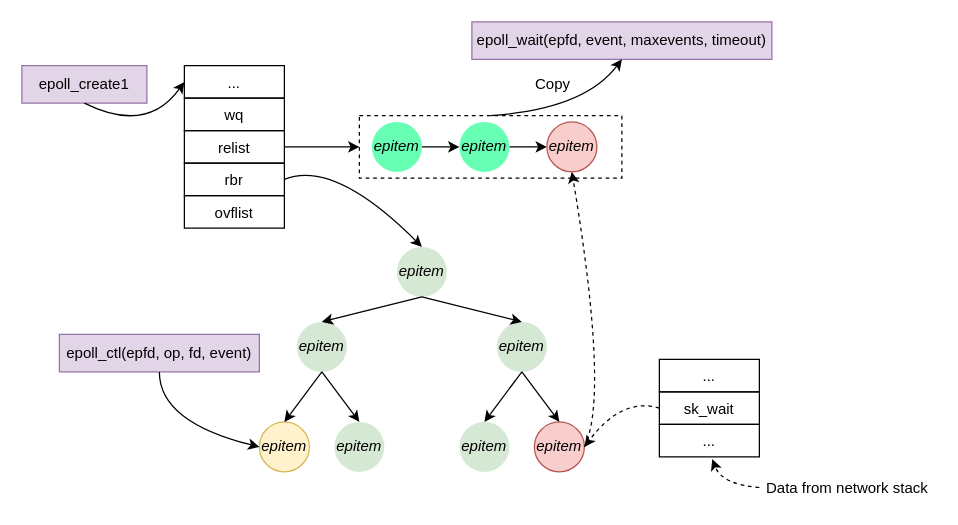
lutianen/lutianen.github.io keeps this draw.io diagram as page "Epoll-Linux" (8 of 8) of temp.drawio. Above is the earlier version. Source tidied: cells renumbered, new cells numbered last; positions are measured from the earlier drawing's top-left corner, leaving out a move shared by most shapes. Both pictures are drawn from the tidied source at 125%, with x=0, y=0 at pixel (21, 21).
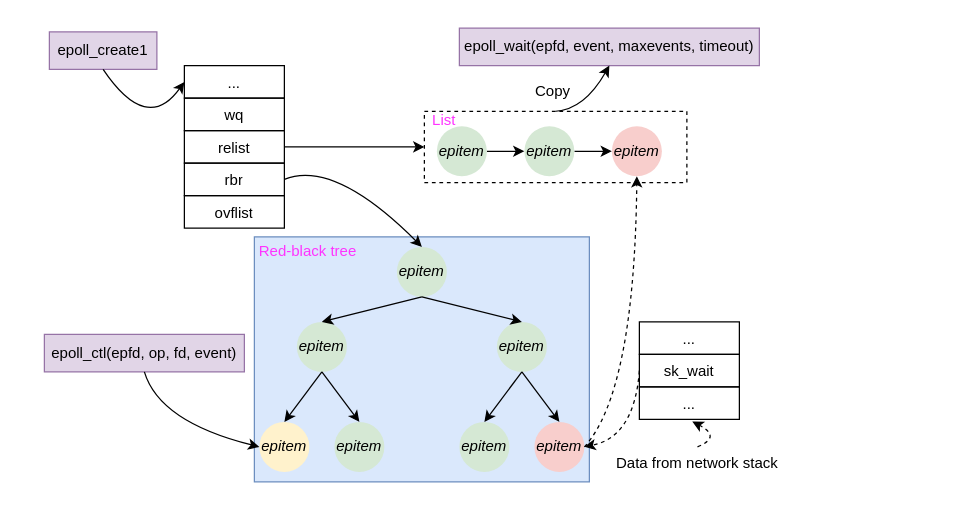
The same page after the edit.

The change refers to these unchanged cells:
```xml
<mxCell id="38" value="sk_wait" style="text;strokeColor=default;fillColor=none;align=center;verticalAlign=top;spacingLeft=4;spacingRight=4;overflow=hidden;points=[[0,0.5],[1,0.5]];portConstraint=eastwest;whiteSpace=wrap;html=1;" parent="36" vertex="1">
  <mxGeometry y="26" width="80" height="26" as="geometry" />
</mxCell>
<mxCell id="39" value="..." style="text;strokeColor=default;fillColor=none;align=center;verticalAlign=top;spacingLeft=4;spacingRight=4;overflow=hidden;points=[[0,0.5],[1,0.5]];portConstraint=eastwest;whiteSpace=wrap;html=1;" parent="36" vertex="1">
  <mxGeometry y="52" width="80" height="26" as="geometry" />
</mxCell>
```

The edit, as a diff of the source:
```diff
@@
+    <mxCell id="45" style="rounded=0;whiteSpace=wrap;html=1;fillColor=#dae8fc;strokeColor=#6c8ebf;" parent="1" vertex="1">
+      <mxGeometry x="186" y="172" width="268" height="196" as="geometry" />
+    </mxCell>
@@
-    <mxCell id="5" value="epitem" style="ellipse;whiteSpace=wrap;html=1;fontStyle=2;fillColor=#fff2cc;strokeColor=#d6b656;" parent="1" vertex="1">
+    <mxCell id="5" value="epitem" style="ellipse;whiteSpace=wrap;html=1;fontStyle=2;fillColor=#fff2cc;strokeColor=none;" parent="1" vertex="1">
       <mxGeometry x="190" y="320" width="40" height="40" as="geometry" />
     </mxCell>
-    <mxCell id="6" value="epitem" style="ellipse;whiteSpace=wrap;html=1;fontStyle=2;fillColor=#f8cecc;strokeColor=#b85450;" parent="1" vertex="1">
+    <mxCell id="6" value="epitem" style="ellipse;whiteSpace=wrap;html=1;fontStyle=2;fillColor=#f8cecc;strokeColor=none;" parent="1" vertex="1">
       <mxGeometry x="410" y="320" width="40" height="40" as="geometry" />
     </mxCell>
@@
     <mxCell id="15" value="epoll_ctl(epfd, op, fd, event)" style="rounded=0;whiteSpace=wrap;html=1;fillColor=#e1d5e7;strokeColor=#9673a6;" parent="1" vertex="1">
-      <mxGeometry x="30" y="250" width="160" height="30" as="geometry" />
+      <mxGeometry x="18" y="250" width="160" height="30" as="geometry" />
     </mxCell>
     <mxCell id="16" value="epoll_wait(epfd, event, maxevents, timeout)" style="rounded=0;whiteSpace=wrap;html=1;fillColor=#e1d5e7;strokeColor=#9673a6;" parent="1" vertex="1">
-      <mxGeometry x="360" width="240" height="30" as="geometry" />
+      <mxGeometry x="350" y="5" width="240" height="30" as="geometry" />
     </mxCell>
     <mxCell id="17" value="epoll_create1" style="rounded=0;whiteSpace=wrap;html=1;fillColor=#e1d5e7;strokeColor=#9673a6;" parent="1" vertex="1">
-      <mxGeometry y="35" width="100" height="30" as="geometry" />
+      <mxGeometry x="22" y="8" width="86" height="30" as="geometry" />
     </mxCell>
@@
-    <mxCell id="26" style="group;" parent="1" vertex="1">
-      <mxGeometry x="270" y="75" width="210" height="50" as="geometry" />
-    </mxCell>
-    <mxCell id="27" style="rounded=0;whiteSpace=wrap;html=1;dashed=1;fillColor=none;" parent="26" vertex="1">
-      <mxGeometry width="210" height="50" as="geometry" />
-    </mxCell>
-    <mxCell id="28" style="edgeStyle=orthogonalEdgeStyle;rounded=0;jettySize=auto;html=1;entryX=0;entryY=0.5;entryDx=0;entryDy=0;" parent="26" edge="1" source="29" target="31">
-      <mxGeometry relative="1" as="geometry" />
-    </mxCell>
-    <mxCell id="29" value="epitem" style="ellipse;whiteSpace=wrap;html=1;fontStyle=2;fillColor=#66FFB3;strokeColor=none;" parent="26" vertex="1">
-      <mxGeometry x="10" y="5" width="40" height="40" as="geometry" />
-    </mxCell>
-    <mxCell id="30" style="edgeStyle=orthogonalEdgeStyle;rounded=0;jettySize=auto;html=1;" parent="26" edge="1" source="31" target="32">
-      <mxGeometry relative="1" as="geometry" />
-    </mxCell>
-    <mxCell id="31" value="epitem" style="ellipse;whiteSpace=wrap;html=1;fontStyle=2;fillColor=#66FFB3;strokeColor=none;" parent="26" vertex="1">
-      <mxGeometry x="80" y="5" width="40" height="40" as="geometry" />
-    </mxCell>
-    <mxCell id="32" value="epitem" style="ellipse;whiteSpace=wrap;html=1;fontStyle=2;fillColor=#f8cecc;strokeColor=#b85450;" parent="26" vertex="1">
-      <mxGeometry x="150" y="5" width="40" height="40" as="geometry" />
-    </mxCell>
@@
     <mxCell id="35" value="Copy" style="text;html=1;align=center;verticalAlign=middle;whiteSpace=wrap;rounded=0;" parent="1" vertex="1">
-      <mxGeometry x="410" y="42.5" width="30" height="15" as="geometry" />
+      <mxGeometry x="410" y="48" width="30" height="15" as="geometry" />
     </mxCell>
     <mxCell id="36" style="group;" parent="1" vertex="1">
-      <mxGeometry x="510" y="270" width="80" height="78" as="geometry" />
+      <mxGeometry x="494" y="240" width="80" height="78" as="geometry" />
     </mxCell>
@@
     <mxCell id="40" style="curved=1;endArrow=classic;html=1;rounded=0;entryX=1;entryY=0.5;entryDx=0;entryDy=0;exitX=0;exitY=0.5;exitDx=0;exitDy=0;dashed=1;" parent="1" edge="1" source="38" target="6">
       <mxGeometry relative="1" as="geometry">
         <Array as="points">
-          <mxPoint x="480" y="300" />
+          <mxPoint x="490" y="332" />
         </Array>
       </mxGeometry>
     </mxCell>
     <mxCell id="41" style="curved=1;endArrow=classic;html=1;rounded=0;exitX=1;exitY=0.5;exitDx=0;exitDy=0;entryX=0.5;entryY=1;entryDx=0;entryDy=0;dashed=1;" parent="1" edge="1" source="6" target="32">
       <mxGeometry relative="1" as="geometry">
         <Array as="points">
-          <mxPoint x="470" y="300" />
+          <mxPoint x="490" y="296" />
         </Array>
       </mxGeometry>
     </mxCell>
     <mxCell id="42" value="Data from network stack" style="text;html=1;align=center;verticalAlign=middle;whiteSpace=wrap;rounded=0;" parent="1" vertex="1">
-      <mxGeometry x="590" y="360" width="141" height="25" as="geometry" />
+      <mxGeometry x="470" y="340" width="141" height="25" as="geometry" />
     </mxCell>
-    <mxCell id="43" style="curved=1;endArrow=classic;html=1;rounded=0;entryX=0.529;entryY=1.068;entryDx=0;entryDy=0;exitX=0;exitY=0.5;exitDx=0;exitDy=0;dashed=1;entryPerimeter=0;" parent="1" edge="1" source="42" target="39">
+    <mxCell id="43" style="curved=1;endArrow=classic;html=1;rounded=0;entryX=0.529;entryY=1.068;entryDx=0;entryDy=0;exitX=0.5;exitY=0;exitDx=0;exitDy=0;dashed=1;entryPerimeter=0;" parent="1" edge="1" source="42" target="39">
       <mxGeometry relative="1" as="geometry">
         <Array as="points">
-          <mxPoint x="560" y="370" />
+          <mxPoint x="560" y="332" />
         </Array>
       </mxGeometry>
     </mxCell>
@@
+    <mxCell id="46" value="Red-black tree" style="text;html=1;align=center;verticalAlign=middle;whiteSpace=wrap;rounded=0;fontColor=#FF33FF;" parent="1" vertex="1">
+      <mxGeometry x="188" y="176" width="82" height="15" as="geometry" />
+    </mxCell>
+    <mxCell id="47" style="group;" parent="1" vertex="1">
+      <mxGeometry x="322" y="71.5" width="210" height="57" as="geometry" />
+    </mxCell>
+    <mxCell id="27" style="rounded=0;whiteSpace=wrap;html=1;dashed=1;fillColor=none;" parent="47" vertex="1">
+      <mxGeometry width="210" height="57" as="geometry" />
+    </mxCell>
+    <mxCell id="28" style="edgeStyle=orthogonalEdgeStyle;rounded=0;jettySize=auto;html=1;entryX=0;entryY=0.5;entryDx=0;entryDy=0;" parent="47" edge="1" source="29" target="31">
+      <mxGeometry relative="1" as="geometry" />
+    </mxCell>
+    <mxCell id="29" value="epitem" style="ellipse;whiteSpace=wrap;html=1;fontStyle=2;fillColor=#d5e8d4;strokeColor=none;" parent="47" vertex="1">
+      <mxGeometry x="10" y="12" width="40" height="40" as="geometry" />
+    </mxCell>
+    <mxCell id="30" style="edgeStyle=orthogonalEdgeStyle;rounded=0;jettySize=auto;html=1;" parent="47" edge="1" source="31" target="32">
+      <mxGeometry relative="1" as="geometry" />
+    </mxCell>
+    <mxCell id="31" value="epitem" style="ellipse;whiteSpace=wrap;html=1;fontStyle=2;fillColor=#d5e8d4;strokeColor=none;" parent="47" vertex="1">
+      <mxGeometry x="80" y="12" width="40" height="40" as="geometry" />
+    </mxCell>
+    <mxCell id="32" value="epitem" style="ellipse;whiteSpace=wrap;html=1;fontStyle=2;fillColor=#f8cecc;strokeColor=none;" parent="47" vertex="1">
+      <mxGeometry x="150" y="12" width="40" height="40" as="geometry" />
+    </mxCell>
+    <mxCell id="48" value="List" style="text;html=1;align=center;verticalAlign=middle;whiteSpace=wrap;rounded=0;fontColor=#FF33FF;" parent="47" vertex="1">
+      <mxGeometry width="32" height="15" as="geometry" />
+    </mxCell>
```
